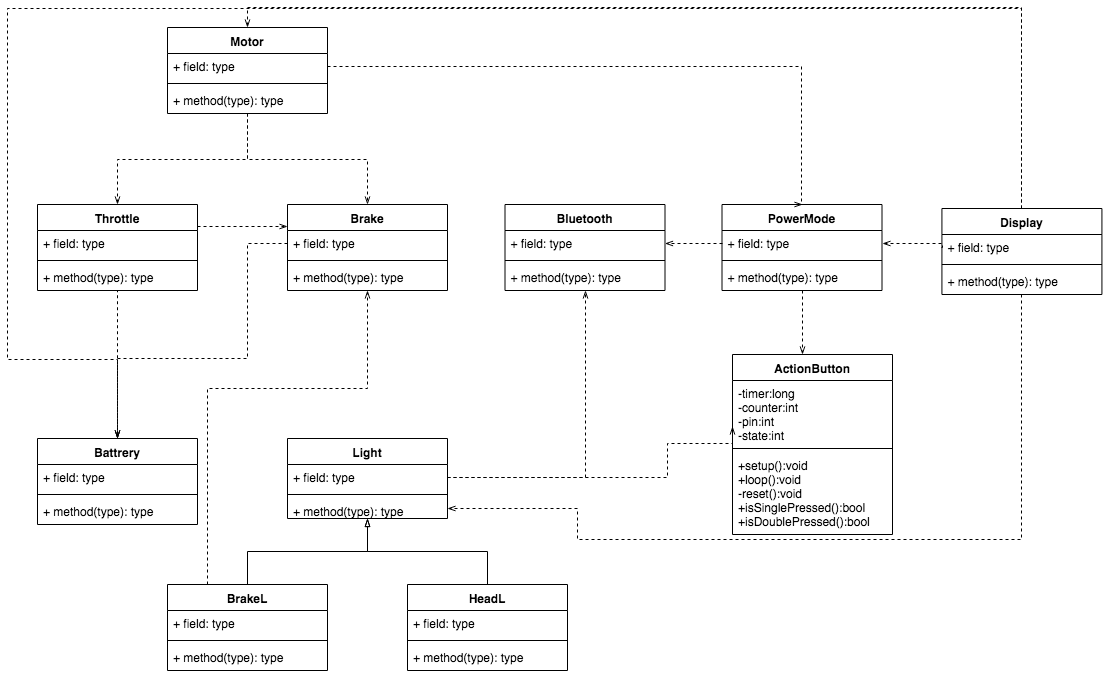
LucasCoraca/M365-Unlocked keeps this draw.io diagram as doc/classes/ActionButtonClass.png. Above is the earlier version. Source tidied: cells renumbered, new cells last; positions are measured from the earlier drawing's top-left corner, leaving out a move shared by most shapes.
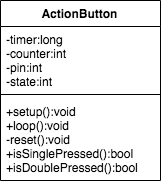
After the change.

What changed in the source:
```diff
@@ -2,171 +2,6 @@
   <root>
     <mxCell id="0" />
     <mxCell id="1" parent="0" />
-    <mxCell id="2" style="edgeStyle=orthogonalEdgeStyle;rounded=0;jettySize=auto;html=1;dashed=1;startArrow=none;startFill=0;endArrow=openThin;endFill=0;" parent="1" edge="1" source="4" target="13">
-      <mxGeometry relative="1" as="geometry" />
-    </mxCell>
-    <mxCell id="3" style="edgeStyle=orthogonalEdgeStyle;rounded=0;jettySize=auto;html=1;exitX=0.5;exitY=1;exitDx=0;exitDy=0;entryX=0.5;entryY=0;entryDx=0;entryDy=0;dashed=1;startArrow=none;startFill=0;endArrow=openThin;endFill=0;" parent="1" edge="1" source="4" target="8">
-      <mxGeometry relative="1" as="geometry" />
-    </mxCell>
-    <mxCell id="4" value="Motor" style="swimlane;fontStyle=1;align=center;verticalAlign=top;horizontal=1;startSize=26;" parent="1" vertex="1">
-      <mxGeometry x="160" y="19" width="160" height="86" as="geometry" />
-    </mxCell>
-    <mxCell id="5" value="+ field: type" style="text;strokeColor=none;fillColor=none;align=left;verticalAlign=top;spacingLeft=4;spacingRight=4;overflow=hidden;points=[[0,0.5],[1,0.5]];portConstraint=eastwest;" parent="4" vertex="1">
-      <mxGeometry y="26" width="160" height="26" as="geometry" />
-    </mxCell>
-    <mxCell id="6" style="line;strokeWidth=1;fillColor=none;align=left;verticalAlign=middle;spacingTop=-1;spacingLeft=3;spacingRight=3;labelPosition=right;" parent="4" vertex="1">
-      <mxGeometry y="52" width="160" height="8" as="geometry" />
-    </mxCell>
-    <mxCell id="7" value="+ method(type): type" style="text;strokeColor=none;fillColor=none;align=left;verticalAlign=top;spacingLeft=4;spacingRight=4;overflow=hidden;" parent="4" vertex="1">
-      <mxGeometry y="60" width="160" height="26" as="geometry" />
-    </mxCell>
-    <mxCell id="8" value="Brake" style="swimlane;fontStyle=1;align=center;verticalAlign=top;horizontal=1;startSize=26;" parent="1" vertex="1">
-      <mxGeometry x="280" y="196" width="160" height="86" as="geometry" />
-    </mxCell>
-    <mxCell id="9" value="+ field: type" style="text;strokeColor=none;fillColor=none;align=left;verticalAlign=top;spacingLeft=4;spacingRight=4;overflow=hidden;points=[[0,0.5],[1,0.5]];portConstraint=eastwest;" parent="8" vertex="1">
-      <mxGeometry y="26" width="160" height="26" as="geometry" />
-    </mxCell>
-    <mxCell id="10" style="line;strokeWidth=1;fillColor=none;align=left;verticalAlign=middle;spacingTop=-1;spacingLeft=3;spacingRight=3;labelPosition=right;" parent="8" vertex="1">
-      <mxGeometry y="52" width="160" height="8" as="geometry" />
-    </mxCell>
-    <mxCell id="11" value="+ method(type): type" style="text;strokeColor=none;fillColor=none;align=left;verticalAlign=top;spacingLeft=4;spacingRight=4;overflow=hidden;" parent="8" vertex="1">
-      <mxGeometry y="60" width="160" height="26" as="geometry" />
-    </mxCell>
-    <mxCell id="12" style="edgeStyle=orthogonalEdgeStyle;rounded=0;jettySize=auto;html=1;exitX=1;exitY=0.25;exitDx=0;exitDy=0;entryX=0;entryY=0.25;entryDx=0;entryDy=0;dashed=1;startArrow=none;startFill=0;endArrow=openThin;endFill=0;" parent="1" edge="1" source="13" target="8">
-      <mxGeometry relative="1" as="geometry" />
-    </mxCell>
-    <mxCell id="13" value="Throttle" style="swimlane;fontStyle=1;align=center;verticalAlign=top;horizontal=1;startSize=26;" parent="1" vertex="1">
-      <mxGeometry x="30" y="196" width="160" height="86" as="geometry" />
-    </mxCell>
-    <mxCell id="14" value="+ field: type" style="text;strokeColor=none;fillColor=none;align=left;verticalAlign=top;spacingLeft=4;spacingRight=4;overflow=hidden;" parent="13" vertex="1">
-      <mxGeometry y="26" width="160" height="26" as="geometry" />
-    </mxCell>
-    <mxCell id="15" style="line;strokeWidth=1;fillColor=none;align=left;verticalAlign=middle;spacingTop=-1;spacingLeft=3;spacingRight=3;labelPosition=right;" parent="13" vertex="1">
-      <mxGeometry y="52" width="160" height="8" as="geometry" />
-    </mxCell>
-    <mxCell id="16" value="+ method(type): type" style="text;strokeColor=none;fillColor=none;align=left;verticalAlign=top;spacingLeft=4;spacingRight=4;overflow=hidden;" parent="13" vertex="1">
-      <mxGeometry y="60" width="160" height="26" as="geometry" />
-    </mxCell>
-    <mxCell id="17" value="Bluetooth" style="swimlane;fontStyle=1;align=center;verticalAlign=top;horizontal=1;startSize=26;" parent="1" vertex="1">
-      <mxGeometry x="497.5" y="196" width="160" height="86" as="geometry" />
-    </mxCell>
-    <mxCell id="18" value="+ field: type" style="text;strokeColor=none;fillColor=none;align=left;verticalAlign=top;spacingLeft=4;spacingRight=4;overflow=hidden;points=[[0,0.5],[1,0.5]];portConstraint=eastwest;" parent="17" vertex="1">
-      <mxGeometry y="26" width="160" height="26" as="geometry" />
-    </mxCell>
-    <mxCell id="19" style="line;strokeWidth=1;fillColor=none;align=left;verticalAlign=middle;spacingTop=-1;spacingLeft=3;spacingRight=3;labelPosition=right;" parent="17" vertex="1">
-      <mxGeometry y="52" width="160" height="8" as="geometry" />
-    </mxCell>
-    <mxCell id="20" value="+ method(type): type" style="text;strokeColor=none;fillColor=none;align=left;verticalAlign=top;spacingLeft=4;spacingRight=4;overflow=hidden;" parent="17" vertex="1">
-      <mxGeometry y="60" width="160" height="26" as="geometry" />
-    </mxCell>
-    <mxCell id="21" value="Light" style="swimlane;fontStyle=1;align=center;verticalAlign=top;horizontal=1;startSize=26;" parent="1" vertex="1">
-      <mxGeometry x="280" y="430" width="160" height="80" as="geometry" />
-    </mxCell>
-    <mxCell id="22" value="+ field: type" style="text;strokeColor=none;fillColor=none;align=left;verticalAlign=top;spacingLeft=4;spacingRight=4;overflow=hidden;points=[[0,0.5],[1,0.5]];portConstraint=eastwest;" parent="21" vertex="1">
-      <mxGeometry y="26" width="160" height="26" as="geometry" />
-    </mxCell>
-    <mxCell id="23" style="line;strokeWidth=1;fillColor=none;align=left;verticalAlign=middle;spacingTop=-1;spacingLeft=3;spacingRight=3;labelPosition=right;" parent="21" vertex="1">
-      <mxGeometry y="52" width="160" height="8" as="geometry" />
-    </mxCell>
-    <mxCell id="24" value="+ method(type): type" style="text;strokeColor=none;fillColor=none;align=left;verticalAlign=top;spacingLeft=4;spacingRight=4;overflow=hidden;points=[[0,0.5],[1,0.5]];portConstraint=eastwest;" parent="21" vertex="1">
-      <mxGeometry y="60" width="160" height="20" as="geometry" />
-    </mxCell>
-    <mxCell id="25" style="edgeStyle=orthogonalEdgeStyle;rounded=0;jettySize=auto;html=1;exitX=0.5;exitY=0;exitDx=0;exitDy=0;endArrow=blockThin;endFill=0;entryX=0.5;entryY=1;entryDx=0;entryDy=0;" parent="1" edge="1" source="27" target="21">
-      <mxGeometry relative="1" as="geometry" />
-    </mxCell>
-    <mxCell id="26" style="edgeStyle=orthogonalEdgeStyle;rounded=0;jettySize=auto;html=1;exitX=0.25;exitY=0;exitDx=0;exitDy=0;dashed=1;startArrow=none;startFill=0;endArrow=openThin;endFill=0;entryX=0.5;entryY=1;entryDx=0;entryDy=0;" parent="1" edge="1" source="27" target="8">
-      <mxGeometry relative="1" as="geometry">
-        <Array as="points">
-          <mxPoint x="200" y="380" />
-          <mxPoint x="360" y="380" />
-        </Array>
-      </mxGeometry>
-    </mxCell>
-    <mxCell id="27" value="BrakeL" style="swimlane;fontStyle=1;align=center;verticalAlign=top;horizontal=1;startSize=26;" parent="1" vertex="1">
-      <mxGeometry x="160" y="576" width="160" height="86" as="geometry" />
-    </mxCell>
-    <mxCell id="28" value="+ field: type" style="text;strokeColor=none;fillColor=none;align=left;verticalAlign=top;spacingLeft=4;spacingRight=4;overflow=hidden;" parent="27" vertex="1">
-      <mxGeometry y="26" width="160" height="26" as="geometry" />
-    </mxCell>
-    <mxCell id="29" style="line;strokeWidth=1;fillColor=none;align=left;verticalAlign=middle;spacingTop=-1;spacingLeft=3;spacingRight=3;labelPosition=right;" parent="27" vertex="1">
-      <mxGeometry y="52" width="160" height="8" as="geometry" />
-    </mxCell>
-    <mxCell id="30" value="+ method(type): type" style="text;strokeColor=none;fillColor=none;align=left;verticalAlign=top;spacingLeft=4;spacingRight=4;overflow=hidden;" parent="27" vertex="1">
-      <mxGeometry y="60" width="160" height="26" as="geometry" />
-    </mxCell>
-    <mxCell id="31" style="edgeStyle=orthogonalEdgeStyle;rounded=0;jettySize=auto;html=1;exitX=0.5;exitY=0;exitDx=0;exitDy=0;endArrow=blockThin;endFill=0;entryX=0.5;entryY=1;entryDx=0;entryDy=0;entryPerimeter=0;" parent="1" edge="1" source="32" target="24">
-      <mxGeometry relative="1" as="geometry" />
-    </mxCell>
-    <mxCell id="32" value="HeadL" style="swimlane;fontStyle=1;align=center;verticalAlign=top;horizontal=1;startSize=26;" parent="1" vertex="1">
-      <mxGeometry x="400" y="576" width="160" height="86" as="geometry" />
-    </mxCell>
-    <mxCell id="33" value="+ field: type" style="text;strokeColor=none;fillColor=none;align=left;verticalAlign=top;spacingLeft=4;spacingRight=4;overflow=hidden;" parent="32" vertex="1">
-      <mxGeometry y="26" width="160" height="26" as="geometry" />
-    </mxCell>
-    <mxCell id="34" style="line;strokeWidth=1;fillColor=none;align=left;verticalAlign=middle;spacingTop=-1;spacingLeft=3;spacingRight=3;labelPosition=right;" parent="32" vertex="1">
-      <mxGeometry y="52" width="160" height="8" as="geometry" />
-    </mxCell>
-    <mxCell id="35" value="+ method(type): type" style="text;strokeColor=none;fillColor=none;align=left;verticalAlign=top;spacingLeft=4;spacingRight=4;overflow=hidden;" parent="32" vertex="1">
-      <mxGeometry y="60" width="160" height="26" as="geometry" />
-    </mxCell>
-    <mxCell id="36" style="edgeStyle=orthogonalEdgeStyle;rounded=0;jettySize=auto;html=1;exitX=0.5;exitY=0;exitDx=0;exitDy=0;entryX=0.5;entryY=0;entryDx=0;entryDy=0;dashed=1;startArrow=none;startFill=0;endArrow=openThin;endFill=0;" parent="1" edge="1" source="39" target="44">
-      <mxGeometry relative="1" as="geometry">
-        <Array as="points">
-          <mxPoint x="1014" />
-          <mxPoint />
-          <mxPoint y="351" />
-          <mxPoint x="110" y="351" />
-        </Array>
-      </mxGeometry>
-    </mxCell>
-    <mxCell id="37" style="edgeStyle=orthogonalEdgeStyle;rounded=0;jettySize=auto;html=1;exitX=0.5;exitY=1;exitDx=0;exitDy=0;entryX=1;entryY=0.5;entryDx=0;entryDy=0;dashed=1;startArrow=none;startFill=0;endArrow=openThin;endFill=0;" parent="1" edge="1" source="39" target="24">
-      <mxGeometry relative="1" as="geometry">
-        <Array as="points">
-          <mxPoint x="1014" y="531" />
-          <mxPoint x="570" y="531" />
-          <mxPoint x="570" y="500" />
-        </Array>
-      </mxGeometry>
-    </mxCell>
-    <mxCell id="38" style="edgeStyle=orthogonalEdgeStyle;rounded=0;jettySize=auto;html=1;exitX=0.5;exitY=0;exitDx=0;exitDy=0;entryX=0.5;entryY=0;entryDx=0;entryDy=0;dashed=1;startArrow=none;startFill=0;endArrow=openThin;endFill=0;" parent="1" edge="1" source="39" target="4">
-      <mxGeometry relative="1" as="geometry" />
-    </mxCell>
-    <mxCell id="39" value="Display" style="swimlane;fontStyle=1;align=center;verticalAlign=top;horizontal=1;startSize=26;" parent="1" vertex="1">
-      <mxGeometry x="934.4" y="200" width="160" height="86" as="geometry" />
-    </mxCell>
-    <mxCell id="40" value="+ field: type" style="text;strokeColor=none;fillColor=none;align=left;verticalAlign=top;spacingLeft=4;spacingRight=4;overflow=hidden;points=[[0,0.5],[1,0.5]];portConstraint=eastwest;" parent="39" vertex="1">
-      <mxGeometry y="26" width="160" height="26" as="geometry" />
-    </mxCell>
-    <mxCell id="41" style="line;strokeWidth=1;fillColor=none;align=left;verticalAlign=middle;spacingTop=-1;spacingLeft=3;spacingRight=3;labelPosition=right;" parent="39" vertex="1">
-      <mxGeometry y="52" width="160" height="8" as="geometry" />
-    </mxCell>
-    <mxCell id="42" value="+ method(type): type" style="text;strokeColor=none;fillColor=none;align=left;verticalAlign=top;spacingLeft=4;spacingRight=4;overflow=hidden;" parent="39" vertex="1">
-      <mxGeometry y="60" width="160" height="26" as="geometry" />
-    </mxCell>
-    <mxCell id="43" style="edgeStyle=orthogonalEdgeStyle;rounded=0;jettySize=auto;html=1;exitX=0.5;exitY=0;exitDx=0;exitDy=0;entryX=0.5;entryY=1;entryDx=0;entryDy=0;endArrow=none;endFill=0;dashed=1;startArrow=openThin;startFill=0;" parent="1" edge="1" source="44" target="13">
-      <mxGeometry relative="1" as="geometry" />
-    </mxCell>
-    <mxCell id="44" value="Battrery" style="swimlane;fontStyle=1;align=center;verticalAlign=top;horizontal=1;startSize=26;" parent="1" vertex="1">
-      <mxGeometry x="30" y="430" width="160" height="86" as="geometry" />
-    </mxCell>
-    <mxCell id="45" value="+ field: type" style="text;strokeColor=none;fillColor=none;align=left;verticalAlign=top;spacingLeft=4;spacingRight=4;overflow=hidden;" parent="44" vertex="1">
-      <mxGeometry y="26" width="160" height="26" as="geometry" />
-    </mxCell>
-    <mxCell id="46" style="line;strokeWidth=1;fillColor=none;align=left;verticalAlign=middle;spacingTop=-1;spacingLeft=3;spacingRight=3;labelPosition=right;" parent="44" vertex="1">
-      <mxGeometry y="52" width="160" height="8" as="geometry" />
-    </mxCell>
-    <mxCell id="47" value="+ method(type): type" style="text;strokeColor=none;fillColor=none;align=left;verticalAlign=top;spacingLeft=4;spacingRight=4;overflow=hidden;" parent="44" vertex="1">
-      <mxGeometry y="60" width="160" height="26" as="geometry" />
-    </mxCell>
-    <mxCell id="48" style="edgeStyle=orthogonalEdgeStyle;rounded=0;jettySize=auto;html=1;exitX=0;exitY=0.5;exitDx=0;exitDy=0;entryX=0.5;entryY=0;entryDx=0;entryDy=0;dashed=1;startArrow=none;startFill=0;endArrow=openThin;endFill=0;" parent="1" edge="1" source="9" target="44">
-      <mxGeometry relative="1" as="geometry">
-        <Array as="points">
-          <mxPoint x="240" y="235" />
-          <mxPoint x="240" y="350" />
-          <mxPoint x="110" y="350" />
-        </Array>
-      </mxGeometry>
-    </mxCell>
     <mxCell id="49" value="ActionButton" style="swimlane;fontStyle=1;align=center;verticalAlign=top;horizontal=1;startSize=26;" parent="1" vertex="1">
       <mxGeometry x="725" y="346" width="160" height="180" as="geometry" />
     </mxCell>
@@ -179,53 +14,5 @@
     <mxCell id="52" value="+setup():void&#10;+loop():void&#10;-reset():void&#10;+isSinglePressed():bool&#10;+isDoublePressed():bool&#10;" style="text;strokeColor=none;fillColor=none;align=left;verticalAlign=top;spacingLeft=4;spacingRight=4;overflow=hidden;" parent="49" vertex="1">
       <mxGeometry y="98" width="160" height="82" as="geometry" />
     </mxCell>
-    <mxCell id="53" style="edgeStyle=orthogonalEdgeStyle;rounded=0;jettySize=auto;html=1;exitX=0.5;exitY=1;exitDx=0;exitDy=0;dashed=1;startArrow=none;startFill=0;endArrow=openThin;endFill=0;" parent="1" edge="1" source="54" target="49">
-      <mxGeometry relative="1" as="geometry">
-        <Array as="points">
-          <mxPoint x="794" y="360" />
-          <mxPoint x="794" y="360" />
-        </Array>
-      </mxGeometry>
-    </mxCell>
-    <mxCell id="54" value="PowerMode" style="swimlane;fontStyle=1;align=center;verticalAlign=top;horizontal=1;startSize=26;" parent="1" vertex="1">
-      <mxGeometry x="714.5" y="196" width="160" height="86" as="geometry" />
-    </mxCell>
-    <mxCell id="55" value="+ field: type" style="text;strokeColor=none;fillColor=none;align=left;verticalAlign=top;spacingLeft=4;spacingRight=4;overflow=hidden;points=[[0,0.5],[1,0.5]];portConstraint=eastwest;" parent="54" vertex="1">
-      <mxGeometry y="26" width="160" height="26" as="geometry" />
-    </mxCell>
-    <mxCell id="56" style="line;strokeWidth=1;fillColor=none;align=left;verticalAlign=middle;spacingTop=-1;spacingLeft=3;spacingRight=3;labelPosition=right;" parent="54" vertex="1">
-      <mxGeometry y="52" width="160" height="8" as="geometry" />
-    </mxCell>
-    <mxCell id="57" value="+ method(type): type" style="text;strokeColor=none;fillColor=none;align=left;verticalAlign=top;spacingLeft=4;spacingRight=4;overflow=hidden;" parent="54" vertex="1">
-      <mxGeometry y="60" width="160" height="26" as="geometry" />
-    </mxCell>
-    <mxCell id="58" style="edgeStyle=orthogonalEdgeStyle;rounded=0;jettySize=auto;html=1;exitX=1;exitY=0.5;exitDx=0;exitDy=0;entryX=0;entryY=0.718;entryDx=0;entryDy=0;entryPerimeter=0;dashed=1;startArrow=none;startFill=0;endArrow=openThin;endFill=0;" parent="1" edge="1" source="22" target="50">
-      <mxGeometry relative="1" as="geometry">
-        <Array as="points">
-          <mxPoint x="660" y="469" />
-          <mxPoint x="660" y="435" />
-        </Array>
-      </mxGeometry>
-    </mxCell>
-    <mxCell id="59" style="edgeStyle=orthogonalEdgeStyle;rounded=0;jettySize=auto;html=1;exitX=1;exitY=0.5;exitDx=0;exitDy=0;entryX=0.5;entryY=0;entryDx=0;entryDy=0;dashed=1;startArrow=none;startFill=0;endArrow=openThin;endFill=0;" parent="1" edge="1" source="5" target="54">
-      <mxGeometry relative="1" as="geometry">
-        <Array as="points">
-          <mxPoint x="794" y="58" />
-        </Array>
-      </mxGeometry>
-    </mxCell>
-    <mxCell id="60" style="edgeStyle=orthogonalEdgeStyle;rounded=0;jettySize=auto;html=1;exitX=0;exitY=0.5;exitDx=0;exitDy=0;entryX=1;entryY=0.5;entryDx=0;entryDy=0;dashed=1;startArrow=none;startFill=0;endArrow=openThin;endFill=0;" parent="1" edge="1" source="40" target="55">
-      <mxGeometry relative="1" as="geometry">
-        <Array as="points">
-          <mxPoint x="934.5" y="235" />
-        </Array>
-      </mxGeometry>
-    </mxCell>
-    <mxCell id="61" style="edgeStyle=orthogonalEdgeStyle;rounded=0;jettySize=auto;html=1;exitX=0;exitY=0.5;exitDx=0;exitDy=0;dashed=1;startArrow=none;startFill=0;endArrow=openThin;endFill=0;" parent="1" edge="1" source="55" target="18">
-      <mxGeometry relative="1" as="geometry" />
-    </mxCell>
-    <mxCell id="62" style="edgeStyle=orthogonalEdgeStyle;rounded=0;jettySize=auto;html=1;exitX=1;exitY=0.5;exitDx=0;exitDy=0;dashed=1;startArrow=none;startFill=0;endArrow=openThin;endFill=0;entryX=0.5;entryY=1;entryDx=0;entryDy=0;" parent="1" edge="1" source="22" target="17">
-      <mxGeometry relative="1" as="geometry" />
-    </mxCell>
   </root>
 </mxGraphModel>
```
